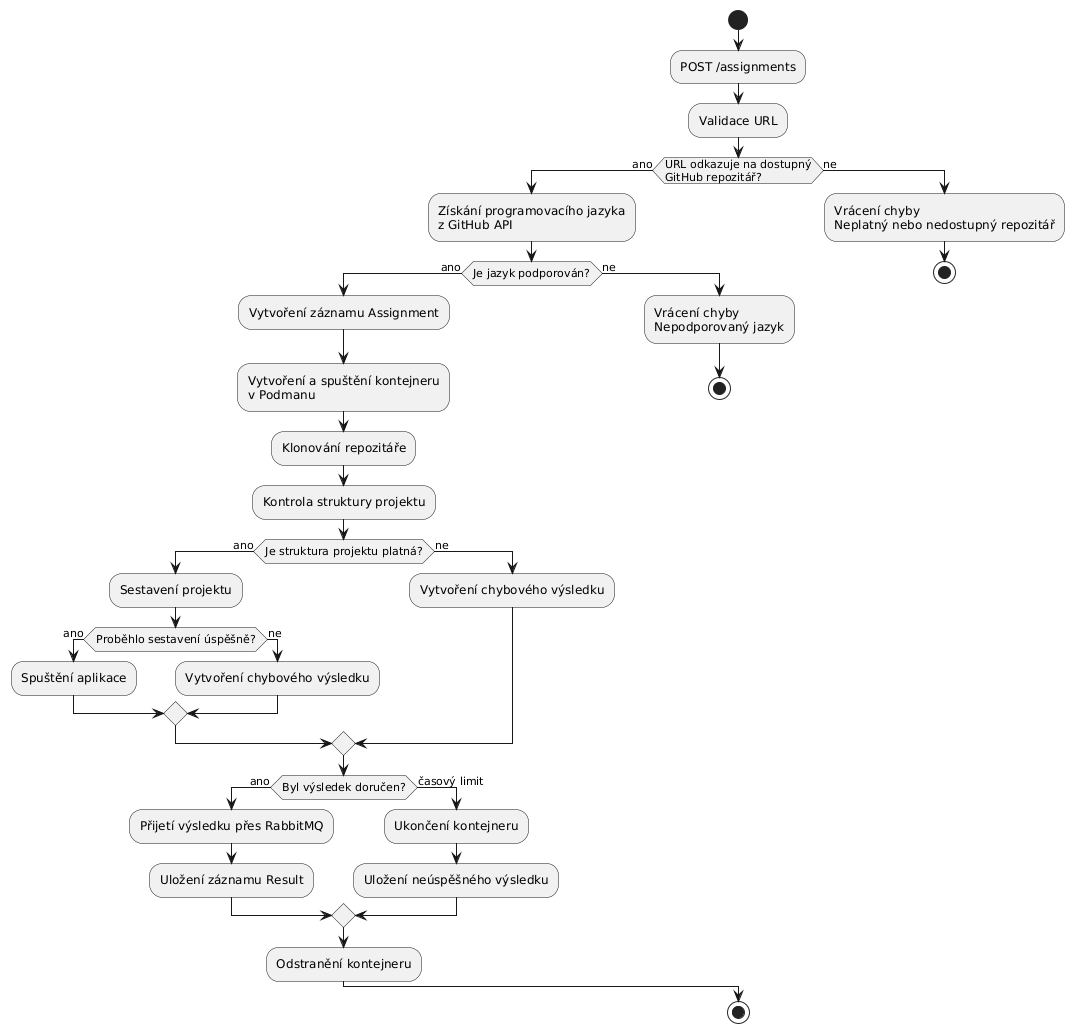
The PlantUML diagram kidiplom/graphics/ActivityDiagram.png in Lunabi-chan/Bachelor_Thesis, before a commit. Its diagram source:
```plantuml
@startuml
start

:POST /assignments;
:Validace URL;

if (URL odkazuje na dostupný\nGitHub repozitář?) then (ano)
    :Získání programovacího jazyka\nz GitHub API;

    if (Je jazyk podporován?) then (ano)
        :Vytvoření záznamu Assignment;
        :Vytvoření a spuštění kontejneru\nv Podmanu;
        :Klonování repozitáře;
        :Kontrola struktury projektu;

        if (Je struktura projektu platná?) then (ano)
            :Sestavení projektu;

            if (Proběhlo sestavení úspěšně?) then (ano)
                :Spuštění aplikace;
            else (ne)
                :Vytvoření chybového výsledku;
            endif

        else (ne)
            :Vytvoření chybového výsledku;
        endif

        if (Byl výsledek doručen?) then (ano)
            :Přijetí výsledku přes RabbitMQ;
            :Uložení záznamu Result;
        else (časový limit)
            :Ukončení kontejneru;
            :Uložení neúspěšného výsledku;
        endif

        :Odstranění kontejneru;

    else (ne)
        :Vrácení chyby\nNepodporovaný jazyk;
        stop
    endif

else (ne)
    :Vrácení chyby\nNeplatný nebo nedostupný repozitář;
    stop
endif

stop
@enduml
```
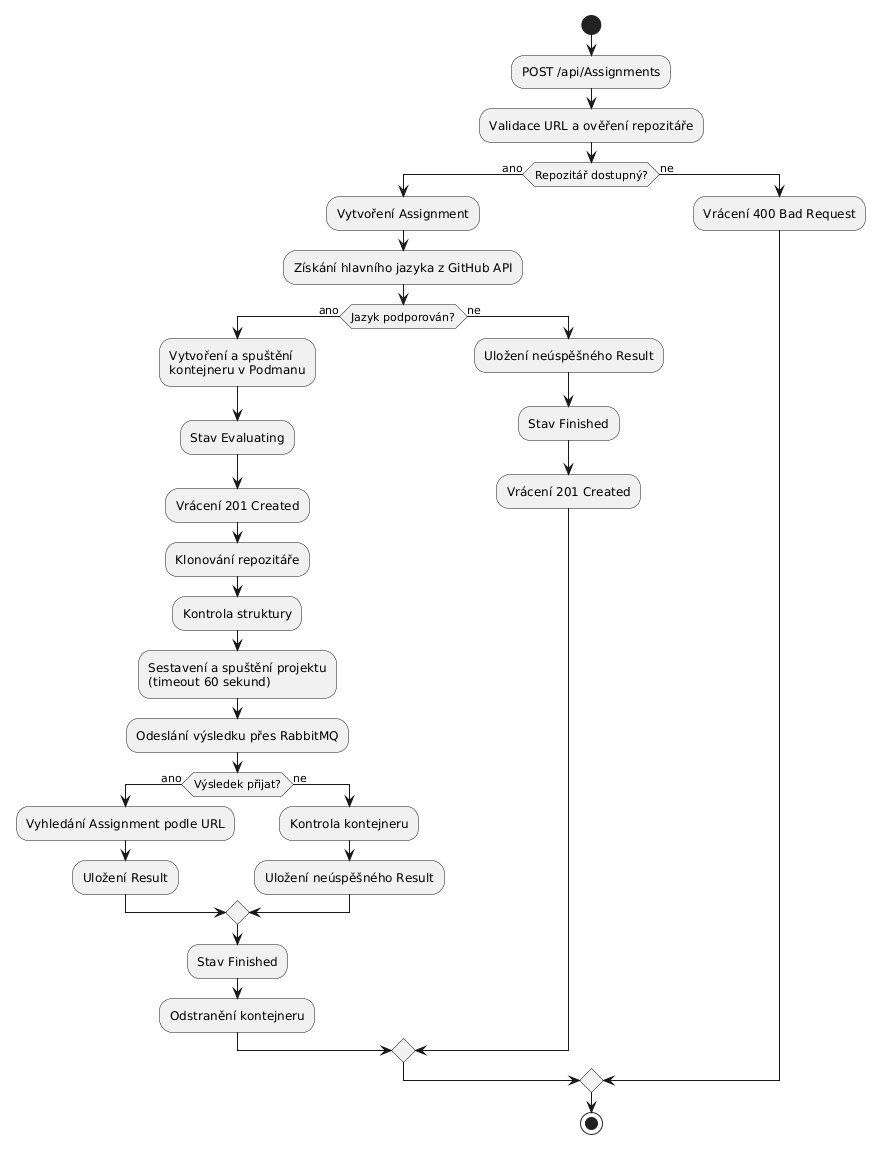
After the change.

Diff of the diagram source:
```diff
@@ -1,49 +1,42 @@
 @startuml
 start
 
-:POST /assignments;
-:Validace URL;
+:POST /api/Assignments;
+:Validace URL a ověření repozitáře;
 
-if (URL odkazuje na dostupný\nGitHub repozitář?) then (ano)
-    :Získání programovacího jazyka\nz GitHub API;
+if (Repozitář dostupný?) then (ano)
+    :Vytvoření Assignment;
+    :Získání hlavního jazyka z GitHub API;
 
-    if (Je jazyk podporován?) then (ano)
-        :Vytvoření záznamu Assignment;
-        :Vytvoření a spuštění kontejneru\nv Podmanu;
+    if (Jazyk podporován?) then (ano)
+        :Vytvoření a spuštění\nkontejneru v Podmanu;
+        :Stav Evaluating;
+        :Vrácení 201 Created;
+
         :Klonování repozitáře;
-        :Kontrola struktury projektu;
+        :Kontrola struktury;
+        :Sestavení a spuštění projektu\n(timeout 60 sekund);
+        :Odeslání výsledku přes RabbitMQ;
 
-        if (Je struktura projektu platná?) then (ano)
-            :Sestavení projektu;
-
-            if (Proběhlo sestavení úspěšně?) then (ano)
-                :Spuštění aplikace;
-            else (ne)
-                :Vytvoření chybového výsledku;
-            endif
-
+        if (Výsledek přijat?) then (ano)
+            :Vyhledání Assignment podle URL;
+            :Uložení Result;
         else (ne)
-            :Vytvoření chybového výsledku;
+            :Kontrola kontejneru;
+            :Uložení neúspěšného Result;
         endif
 
-        if (Byl výsledek doručen?) then (ano)
-            :Přijetí výsledku přes RabbitMQ;
-            :Uložení záznamu Result;
-        else (časový limit)
-            :Ukončení kontejneru;
-            :Uložení neúspěšného výsledku;
-        endif
-
+        :Stav Finished;
         :Odstranění kontejneru;
 
     else (ne)
-        :Vrácení chyby\nNepodporovaný jazyk;
-        stop
+        :Uložení neúspěšného Result;
+        :Stav Finished;
+        :Vrácení 201 Created;
     endif
 
 else (ne)
-    :Vrácení chyby\nNeplatný nebo nedostupný repozitář;
-    stop
+    :Vrácení 400 Bad Request;
 endif
 
 stop
```
